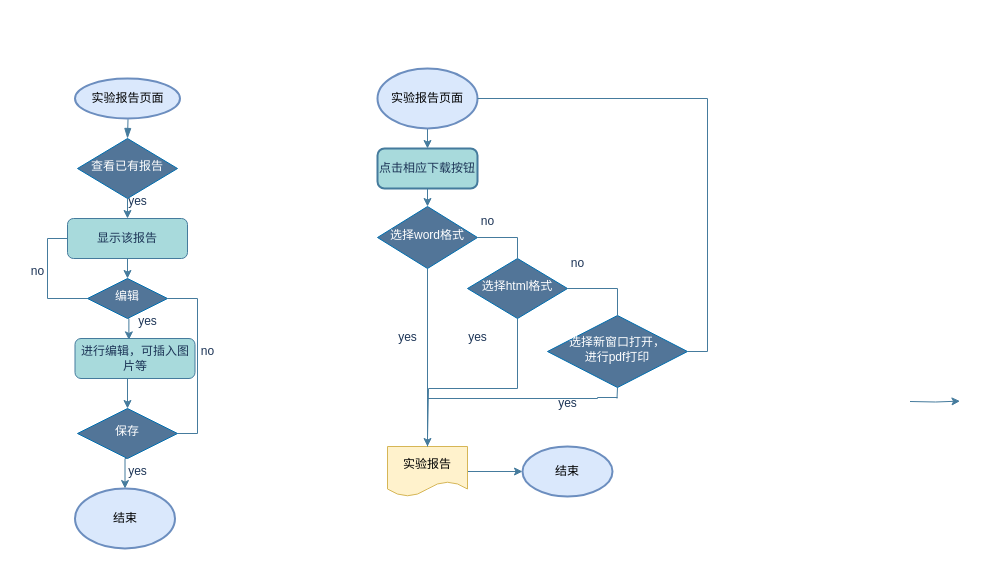
This is draw/实验报告生成.drawio from White1943/sqlEduFB, a draw.io file, before an edit. Source tidied: cells renumbered, new cells numbered last; positions are measured from the earlier drawing's top-left corner, leaving out a move shared by most shapes. Both pictures are drawn from the tidied source at 100%, with x=0, y=0 at pixel (17, 68).
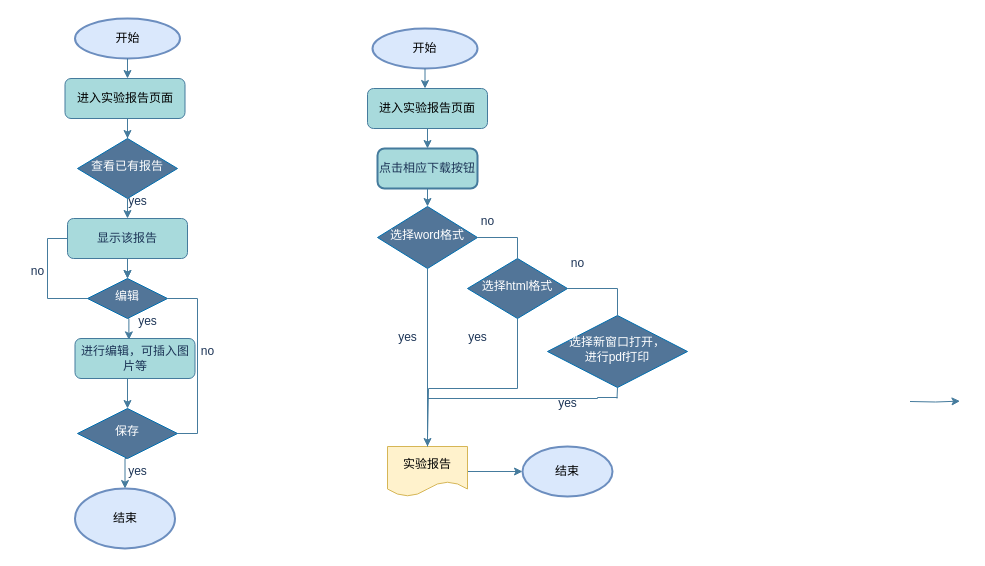
Above is the later version.

Commit message:
更新实验报告生成.drawio

Unchanged cells that the change refers to:
```xml
<mxCell id="4" value="查看已有报告" style="rhombus;whiteSpace=wrap;html=1;shadow=0;fontFamily=Helvetica;fontSize=12;align=center;strokeWidth=1;spacing=6;spacingTop=-4;labelBackgroundColor=none;fillColor=light-dark(#527598, #2566a8);strokeColor=#006EAF;fontColor=#ffffff;verticalAlign=middle;" parent="1" vertex="1">
  <mxGeometry x="60" y="70" width="100" height="60" as="geometry" />
</mxCell>
<mxCell id="6" value="编辑" style="rhombus;whiteSpace=wrap;html=1;shadow=0;fontFamily=Helvetica;fontSize=12;align=center;strokeWidth=1;spacing=6;spacingTop=-4;labelBackgroundColor=none;fillColor=light-dark(#527598, #2566a8);strokeColor=#006EAF;fontColor=#ffffff;verticalAlign=middle;" parent="1" vertex="1">
  <mxGeometry x="70" y="210" width="80" height="40" as="geometry" />
</mxCell>
<mxCell id="10" value="显示该报告" style="rounded=1;whiteSpace=wrap;html=1;fontSize=12;glass=0;strokeWidth=1;shadow=0;labelBackgroundColor=none;fillColor=#A8DADC;strokeColor=#457B9D;fontColor=#1D3557;" parent="1" vertex="1">
  <mxGeometry x="50" y="150" width="120" height="40" as="geometry" />
</mxCell>
<mxCell id="26" value="点击相应下载按钮" style="rounded=1;whiteSpace=wrap;html=1;absoluteArcSize=1;arcSize=14;strokeWidth=2;labelBackgroundColor=none;fillColor=#A8DADC;strokeColor=#457B9D;fontColor=#1D3557;" parent="1" vertex="1">
  <mxGeometry x="360" y="80" width="100" height="40" as="geometry" />
</mxCell>
<mxCell id="33" value="选择新窗口打开，&lt;div&gt;进行pdf打印&lt;/div&gt;" style="strokeWidth=1;html=1;shape=mxgraph.flowchart.decision;whiteSpace=wrap;labelBackgroundColor=none;fillColor=light-dark(#527598, #2566a8);strokeColor=#006EAF;fontColor=#ffffff;shadow=0;align=center;verticalAlign=middle;spacingTop=-4;spacing=6;fontFamily=Helvetica;fontSize=12;" parent="1" vertex="1">
  <mxGeometry x="530" y="247" width="140" height="72" as="geometry" />
</mxCell>
```

Diff of the diagram source:
```diff
@@
-    <mxCell id="2" style="rounded=0;html=1;jettySize=auto;fontSize=11;endArrow=blockThin;endFill=1;endSize=8;strokeWidth=1;shadow=0;labelBackgroundColor=none;edgeStyle=orthogonalEdgeStyle;strokeColor=#457B9D;fontColor=default;" parent="1" edge="1" target="4">
-      <mxGeometry relative="1" as="geometry">
-        <mxPoint x="110" y="30" as="sourcePoint" />
-      </mxGeometry>
-    </mxCell>
@@
-    <mxCell id="13" value="实验报告页面" style="strokeWidth=2;html=1;shape=mxgraph.flowchart.start_2;whiteSpace=wrap;labelBackgroundColor=none;fillColor=#dae8fc;strokeColor=#6c8ebf;" parent="1" vertex="1">
-      <mxGeometry x="57.5" y="10" width="105" height="40" as="geometry" />
-    </mxCell>
@@
-    <mxCell id="24" style="edgeStyle=orthogonalEdgeStyle;rounded=0;jettySize=auto;html=1;exitX=0.5;exitY=1;exitDx=0;exitDy=0;exitPerimeter=0;entryX=0.5;entryY=0;entryDx=0;entryDy=0;labelBackgroundColor=none;strokeColor=#457B9D;fontColor=default;" parent="1" edge="1" source="25" target="26">
-      <mxGeometry relative="1" as="geometry" />
+    <mxCell id="24" style="edgeStyle=orthogonalEdgeStyle;rounded=0;jettySize=auto;html=1;exitX=0.5;exitY=1;exitDx=0;exitDy=0;exitPerimeter=0;entryX=0.5;entryY=0;entryDx=0;entryDy=0;labelBackgroundColor=none;strokeColor=#457B9D;fontColor=default;" parent="1" edge="1" target="26">
+      <mxGeometry relative="1" as="geometry">
+        <mxPoint x="410" y="60" as="sourcePoint" />
+      </mxGeometry>
     </mxCell>
-    <mxCell id="25" value="实验报告页面" style="strokeWidth=2;html=1;shape=mxgraph.flowchart.start_1;whiteSpace=wrap;labelBackgroundColor=none;fillColor=#dae8fc;strokeColor=#6c8ebf;" parent="1" vertex="1">
-      <mxGeometry x="360" width="100" height="60" as="geometry" />
-    </mxCell>
@@
-    <mxCell id="36" style="edgeStyle=orthogonalEdgeStyle;rounded=0;jettySize=auto;html=1;exitX=1;exitY=0.5;exitDx=0;exitDy=0;exitPerimeter=0;entryX=1;entryY=0.5;entryDx=0;entryDy=0;entryPerimeter=0;endArrow=none;startFill=0;labelBackgroundColor=none;strokeColor=#457B9D;fontColor=default;fillColor=light-dark(#527598, #2566a8);" parent="1" edge="1" source="33" target="25">
-      <mxGeometry relative="1" as="geometry" />
-    </mxCell>
@@
+    <mxCell id="45" value="开始" style="strokeWidth=2;html=1;shape=mxgraph.flowchart.start_2;whiteSpace=wrap;labelBackgroundColor=none;fillColor=#dae8fc;strokeColor=#6c8ebf;" parent="1" vertex="1">
+      <mxGeometry x="57.5" y="-50" width="105" height="40" as="geometry" />
+    </mxCell>
+    <mxCell id="46" value="&lt;span style=&quot;color: rgb(0, 0, 0);&quot;&gt;进入实验报告页面&lt;/span&gt;" style="rounded=1;whiteSpace=wrap;html=1;fontSize=12;glass=0;strokeWidth=1;shadow=0;labelBackgroundColor=none;fillColor=#A8DADC;strokeColor=#457B9D;fontColor=#1D3557;" parent="1" vertex="1">
+      <mxGeometry x="47.5" y="10" width="120" height="40" as="geometry" />
+    </mxCell>
+    <mxCell id="47" style="edgeStyle=orthogonalEdgeStyle;rounded=0;jettySize=auto;html=1;exitX=0.5;exitY=1;exitDx=0;exitDy=0;entryX=0.5;entryY=0;entryDx=0;entryDy=0;labelBackgroundColor=none;strokeColor=#457B9D;fontColor=default;" parent="1" edge="1" source="10" target="6">
+      <mxGeometry relative="1" as="geometry">
+        <Array as="points">
+          <mxPoint x="110" y="190" />
+        </Array>
+      </mxGeometry>
+    </mxCell>
+    <mxCell id="48" style="edgeStyle=orthogonalEdgeStyle;rounded=0;jettySize=auto;html=1;labelBackgroundColor=none;strokeColor=#457B9D;fontColor=default;exitX=0.5;exitY=1;exitDx=0;exitDy=0;exitPerimeter=0;" parent="1" edge="1" source="45">
+      <mxGeometry relative="1" as="geometry">
+        <mxPoint x="110" y="10" as="targetPoint" />
+      </mxGeometry>
+    </mxCell>
+    <mxCell id="49" style="edgeStyle=orthogonalEdgeStyle;rounded=0;orthogonalLoop=1;jettySize=auto;html=1;labelBackgroundColor=none;strokeColor=#457B9D;fontColor=default;" parent="1" edge="1">
+      <mxGeometry relative="1" as="geometry">
+        <mxPoint x="110" y="70" as="sourcePoint" />
+        <mxPoint x="110" y="70" as="targetPoint" />
+        <Array as="points">
+          <mxPoint x="110" y="50" />
+          <mxPoint x="110" y="80" />
+        </Array>
+      </mxGeometry>
+    </mxCell>
+    <mxCell id="50" value="开始" style="strokeWidth=2;html=1;shape=mxgraph.flowchart.start_2;whiteSpace=wrap;labelBackgroundColor=none;fillColor=#dae8fc;strokeColor=#6c8ebf;" parent="1" vertex="1">
+      <mxGeometry x="355" y="-40" width="105" height="40" as="geometry" />
+    </mxCell>
+    <mxCell id="51" value="&lt;span style=&quot;color: rgb(0, 0, 0);&quot;&gt;进入实验报告页面&lt;/span&gt;" style="rounded=1;whiteSpace=wrap;html=1;fontSize=12;glass=0;strokeWidth=1;shadow=0;labelBackgroundColor=none;fillColor=#A8DADC;strokeColor=#457B9D;fontColor=#1D3557;" parent="1" vertex="1">
+      <mxGeometry x="350" y="20" width="120" height="40" as="geometry" />
+    </mxCell>
+    <mxCell id="52" style="edgeStyle=orthogonalEdgeStyle;rounded=0;jettySize=auto;html=1;labelBackgroundColor=none;strokeColor=#457B9D;fontColor=default;exitX=0.5;exitY=1;exitDx=0;exitDy=0;exitPerimeter=0;" parent="1" edge="1" source="50">
+      <mxGeometry relative="1" as="geometry">
+        <mxPoint x="407.5" y="20" as="targetPoint" />
+      </mxGeometry>
+    </mxCell>
```
